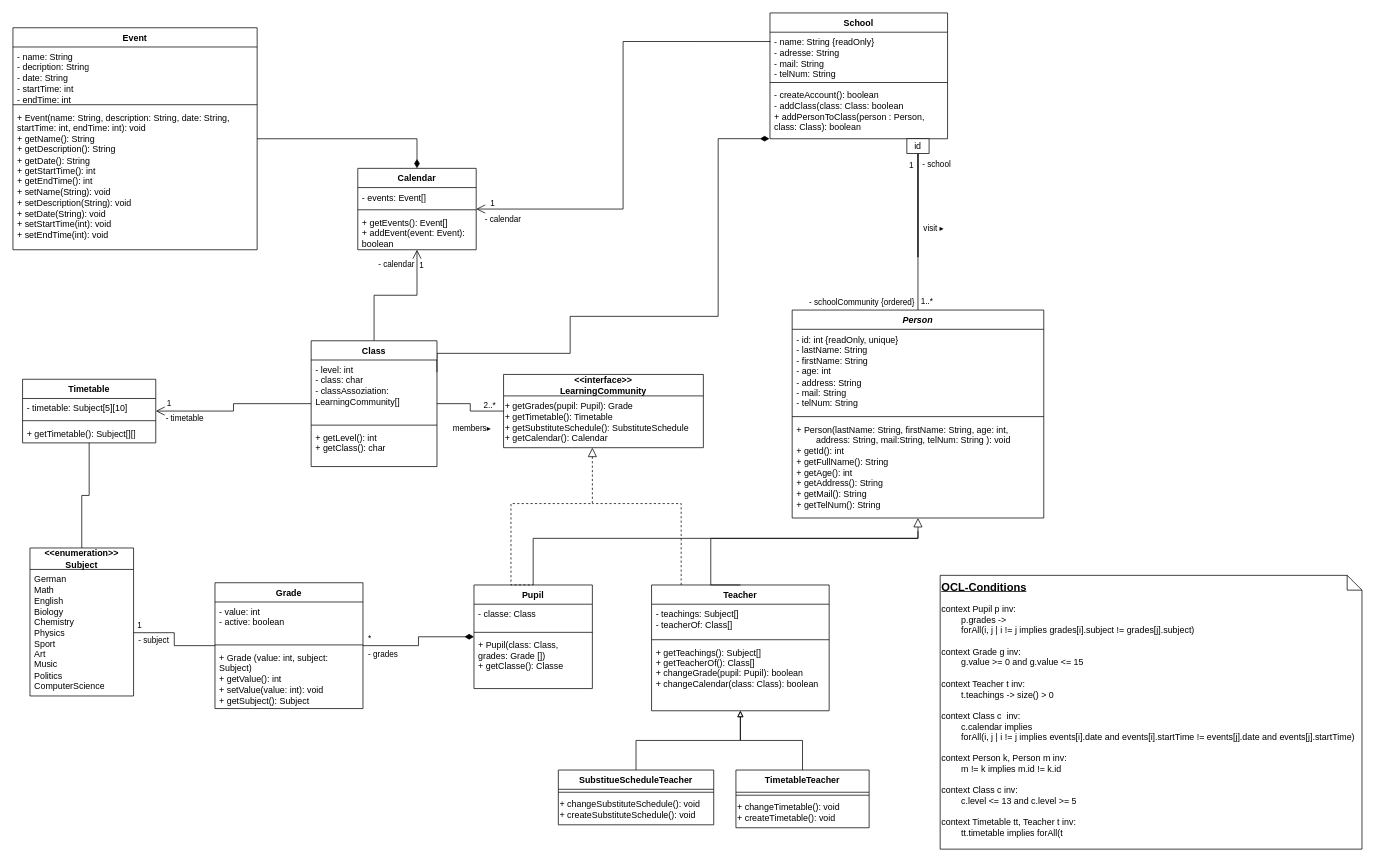
This is ClassDiagram.drawio from TrainFan1804/SchulverwaltungUML, a draw.io file, before an edit. Source tidied: cells renumbered, new cells numbered last; positions are measured from the earlier drawing's top-left corner, leaving out a move shared by most shapes. Both pictures are drawn from the tidied source at 74%, with x=0, y=0 at pixel (13, 13).
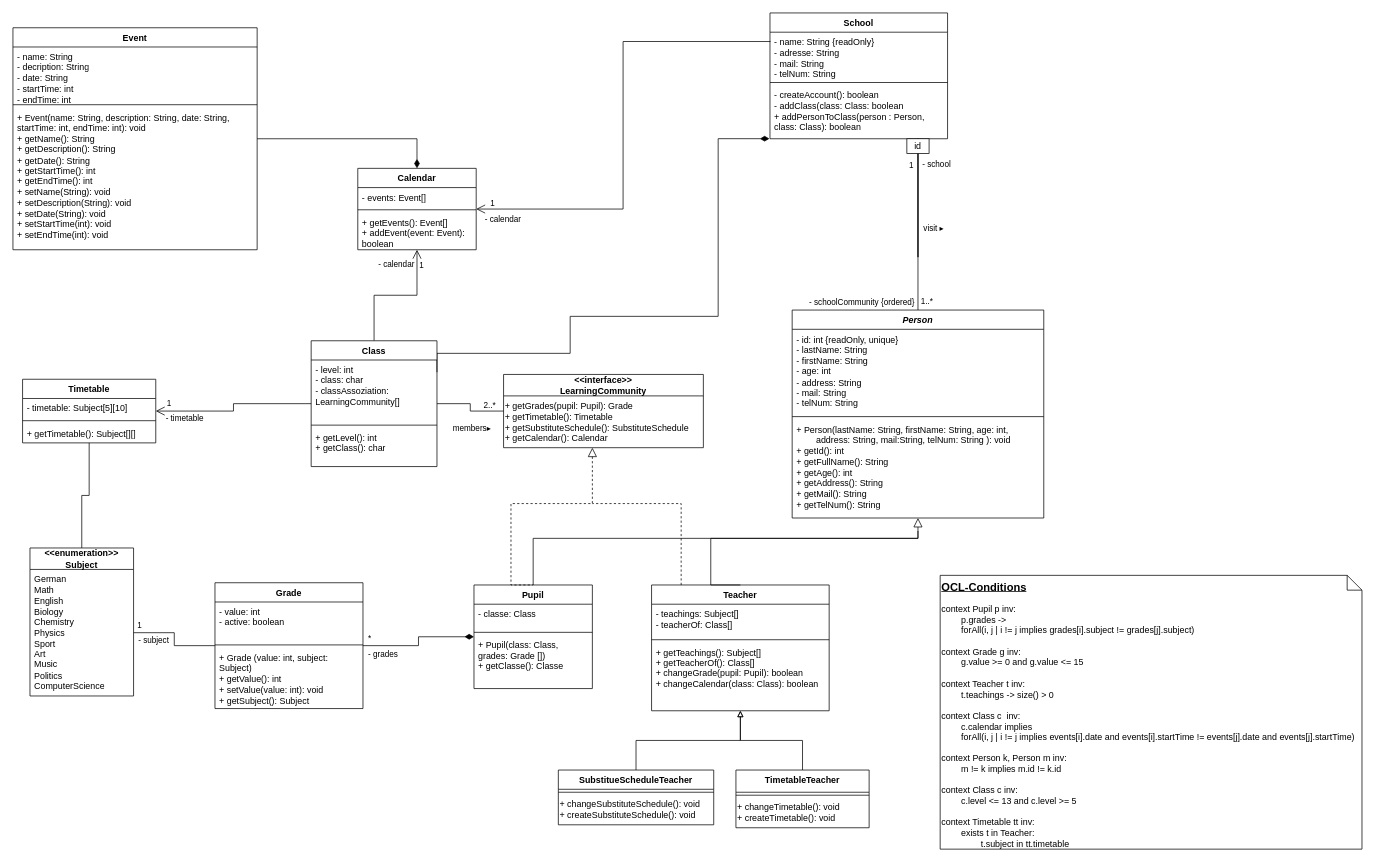
The same page after the edit.

Diff of the diagram source:
```diff
@@
-    <mxCell id="83" value="&lt;b&gt;&lt;u&gt;&lt;font style=&quot;font-size: 15px;&quot;&gt;OCL-Conditions&lt;/font&gt;&lt;/u&gt;&lt;/b&gt;&lt;div&gt;&lt;br&gt;&lt;/div&gt;&lt;div&gt;context Pupil p inv:&lt;/div&gt;&lt;div&gt;&lt;span style=&quot;white-space: pre;&quot;&gt;&#9;&lt;/span&gt;p.grades -&amp;gt;&amp;nbsp;&lt;/div&gt;&lt;div&gt;&lt;span style=&quot;white-space: pre;&quot;&gt;&#9;&lt;/span&gt;forAll(i, j | i != j implies grades[i].subject !=&amp;nbsp;&lt;span style=&quot;background-color: initial;&quot;&gt;grades[j].subject)&lt;/span&gt;&lt;/div&gt;&lt;div&gt;&lt;span style=&quot;background-color: initial;&quot;&gt;&lt;br&gt;&lt;/span&gt;&lt;/div&gt;&lt;div&gt;&lt;span style=&quot;background-color: initial;&quot;&gt;context Grade g inv:&lt;/span&gt;&lt;/div&gt;&lt;div&gt;&lt;span style=&quot;background-color: initial;&quot;&gt;&lt;span style=&quot;white-space: pre;&quot;&gt;&#9;&lt;/span&gt;g.value &amp;gt;= 0 and g.value &amp;lt;= 15&lt;br&gt;&lt;/span&gt;&lt;/div&gt;&lt;div&gt;&lt;span style=&quot;background-color: initial;&quot;&gt;&lt;br&gt;&lt;/span&gt;&lt;/div&gt;&lt;div&gt;&lt;span style=&quot;background-color: initial;&quot;&gt;&lt;div&gt;context Teacher t inv:&lt;/div&gt;&lt;div&gt;&amp;nbsp;&lt;span style=&quot;white-space: pre;&quot;&gt;&#9;&lt;/span&gt;t.teachings -&amp;gt; size() &amp;gt; 0&lt;/div&gt;&lt;/span&gt;&lt;/div&gt;&lt;div&gt;&lt;br&gt;&lt;/div&gt;&lt;div&gt;&lt;span style=&quot;background-color: initial;&quot;&gt;context Class c&amp;nbsp; inv:&lt;/span&gt;&lt;/div&gt;&lt;div&gt;&lt;span style=&quot;background-color: initial;&quot;&gt;&lt;span style=&quot;white-space: pre;&quot;&gt;&#9;&lt;/span&gt;c.calendar implies&lt;/span&gt;&lt;span style=&quot;background-color: initial;&quot;&gt;&lt;br&gt;&lt;/span&gt;&lt;/div&gt;&lt;div&gt;&lt;span style=&quot;background-color: initial;&quot;&gt;&lt;span style=&quot;white-space: pre;&quot;&gt;&#9;&lt;/span&gt;&lt;/span&gt;&lt;span style=&quot;background-color: initial;&quot;&gt;forAll(i, j | i != j implies events[i].date and&amp;nbsp;&lt;/span&gt;&lt;span style=&quot;background-color: initial;&quot;&gt;events[i].startTime !=&amp;nbsp;&lt;/span&gt;&lt;span style=&quot;background-color: initial;&quot;&gt;events[j].date&amp;nbsp;and&amp;nbsp;&lt;/span&gt;&lt;span style=&quot;background-color: initial;&quot;&gt;events[j].startTime)&lt;/span&gt;&lt;/div&gt;&lt;div&gt;&lt;span style=&quot;background-color: initial;&quot;&gt;&lt;br&gt;&lt;/span&gt;&lt;/div&gt;&lt;div&gt;context Person k, Person m inv:&lt;/div&gt;&lt;div&gt;&lt;span style=&quot;white-space: pre;&quot;&gt;&#9;&lt;/span&gt;m != k implies m.id != k.id&lt;br&gt;&lt;/div&gt;&lt;div&gt;&lt;span style=&quot;background-color: initial;&quot;&gt;&lt;br&gt;&lt;/span&gt;&lt;/div&gt;&lt;div&gt;&lt;span style=&quot;background-color: initial;&quot;&gt;context Class c inv:&lt;/span&gt;&lt;/div&gt;&lt;div&gt;&lt;span style=&quot;background-color: initial;&quot;&gt;&lt;span style=&quot;white-space: pre;&quot;&gt;&#9;&lt;/span&gt;c.level &amp;lt;= 13 and c.level &amp;gt;= 5&lt;br&gt;&lt;/span&gt;&lt;/div&gt;&lt;div&gt;&lt;br&gt;&lt;/div&gt;&lt;div&gt;context Timetable tt, Teacher t inv:&lt;/div&gt;&lt;div&gt;&lt;span style=&quot;white-space: pre;&quot;&gt;&#9;&lt;/span&gt;tt.timetable implies forAll(t&amp;nbsp;&lt;br&gt;&lt;/div&gt;" style="shape=note;size=20;whiteSpace=wrap;html=1;align=left;verticalAlign=top;" parent="1" vertex="1">
+    <mxCell id="83" value="&lt;b&gt;&lt;u&gt;&lt;font style=&quot;font-size: 15px;&quot;&gt;OCL-Conditions&lt;/font&gt;&lt;/u&gt;&lt;/b&gt;&lt;div&gt;&lt;br&gt;&lt;/div&gt;&lt;div&gt;context Pupil p inv:&lt;/div&gt;&lt;div&gt;&lt;span style=&quot;white-space: pre;&quot;&gt;&#9;&lt;/span&gt;p.grades -&amp;gt;&amp;nbsp;&lt;/div&gt;&lt;div&gt;&lt;span style=&quot;white-space: pre;&quot;&gt;&#9;&lt;/span&gt;forAll(i, j | i != j implies grades[i].subject !=&amp;nbsp;&lt;span style=&quot;background-color: initial;&quot;&gt;grades[j].subject)&lt;/span&gt;&lt;/div&gt;&lt;div&gt;&lt;span style=&quot;background-color: initial;&quot;&gt;&lt;br&gt;&lt;/span&gt;&lt;/div&gt;&lt;div&gt;&lt;span style=&quot;background-color: initial;&quot;&gt;context Grade g inv:&lt;/span&gt;&lt;/div&gt;&lt;div&gt;&lt;span style=&quot;background-color: initial;&quot;&gt;&lt;span style=&quot;white-space: pre;&quot;&gt;&#9;&lt;/span&gt;g.value &amp;gt;= 0 and g.value &amp;lt;= 15&lt;br&gt;&lt;/span&gt;&lt;/div&gt;&lt;div&gt;&lt;span style=&quot;background-color: initial;&quot;&gt;&lt;br&gt;&lt;/span&gt;&lt;/div&gt;&lt;div&gt;&lt;span style=&quot;background-color: initial;&quot;&gt;&lt;div&gt;context Teacher t inv:&lt;/div&gt;&lt;div&gt;&amp;nbsp;&lt;span style=&quot;white-space: pre;&quot;&gt;&#9;&lt;/span&gt;t.teachings -&amp;gt; size() &amp;gt; 0&lt;/div&gt;&lt;/span&gt;&lt;/div&gt;&lt;div&gt;&lt;br&gt;&lt;/div&gt;&lt;div&gt;&lt;span style=&quot;background-color: initial;&quot;&gt;context Class c&amp;nbsp; inv:&lt;/span&gt;&lt;/div&gt;&lt;div&gt;&lt;span style=&quot;background-color: initial;&quot;&gt;&lt;span style=&quot;white-space: pre;&quot;&gt;&#9;&lt;/span&gt;c.calendar implies&lt;/span&gt;&lt;span style=&quot;background-color: initial;&quot;&gt;&lt;br&gt;&lt;/span&gt;&lt;/div&gt;&lt;div&gt;&lt;span style=&quot;background-color: initial;&quot;&gt;&lt;span style=&quot;white-space: pre;&quot;&gt;&#9;&lt;/span&gt;&lt;/span&gt;&lt;span style=&quot;background-color: initial;&quot;&gt;forAll(i, j | i != j implies events[i].date and&amp;nbsp;&lt;/span&gt;&lt;span style=&quot;background-color: initial;&quot;&gt;events[i].startTime !=&amp;nbsp;&lt;/span&gt;&lt;span style=&quot;background-color: initial;&quot;&gt;events[j].date&amp;nbsp;and&amp;nbsp;&lt;/span&gt;&lt;span style=&quot;background-color: initial;&quot;&gt;events[j].startTime)&lt;/span&gt;&lt;/div&gt;&lt;div&gt;&lt;span style=&quot;background-color: initial;&quot;&gt;&lt;br&gt;&lt;/span&gt;&lt;/div&gt;&lt;div&gt;context Person k, Person m inv:&lt;/div&gt;&lt;div&gt;&lt;span style=&quot;white-space: pre;&quot;&gt;&#9;&lt;/span&gt;m != k implies m.id != k.id&lt;br&gt;&lt;/div&gt;&lt;div&gt;&lt;span style=&quot;background-color: initial;&quot;&gt;&lt;br&gt;&lt;/span&gt;&lt;/div&gt;&lt;div&gt;&lt;span style=&quot;background-color: initial;&quot;&gt;context Class c inv:&lt;/span&gt;&lt;/div&gt;&lt;div&gt;&lt;span style=&quot;background-color: initial;&quot;&gt;&lt;span style=&quot;white-space: pre;&quot;&gt;&#9;&lt;/span&gt;c.level &amp;lt;= 13 and c.level &amp;gt;= 5&lt;br&gt;&lt;/span&gt;&lt;/div&gt;&lt;div&gt;&lt;br&gt;&lt;/div&gt;&lt;div&gt;context Timetable tt inv:&lt;/div&gt;&lt;div&gt;&lt;span style=&quot;white-space: pre;&quot;&gt;&#9;&lt;/span&gt;exists t in Teacher:&lt;br&gt;&lt;/div&gt;&lt;div&gt;&lt;span style=&quot;white-space: pre;&quot;&gt;&#9;&lt;/span&gt;&lt;span style=&quot;white-space: pre;&quot;&gt;&#9;&lt;/span&gt;t.subject in tt.timetable&lt;br&gt;&lt;/div&gt;" style="shape=note;size=20;whiteSpace=wrap;html=1;align=left;verticalAlign=top;" parent="1" vertex="1">
       <mxGeometry x="1253" y="760" width="570" height="370" as="geometry" />
     </mxCell>
```
